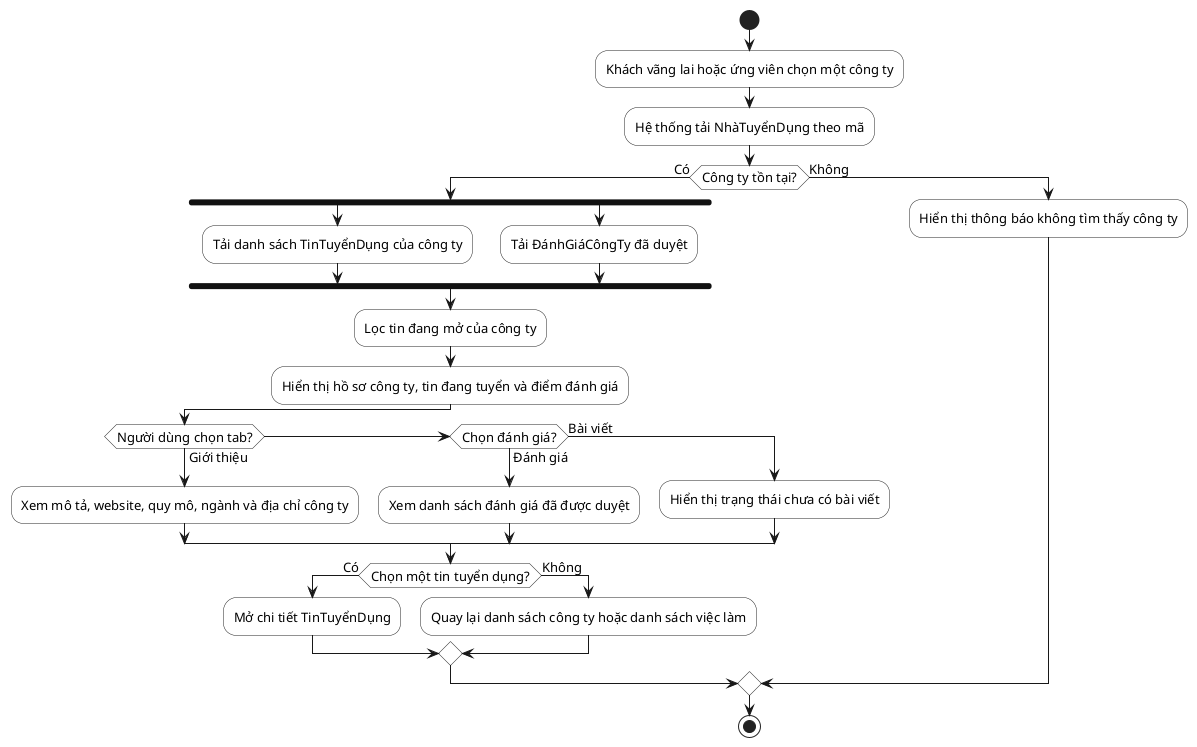
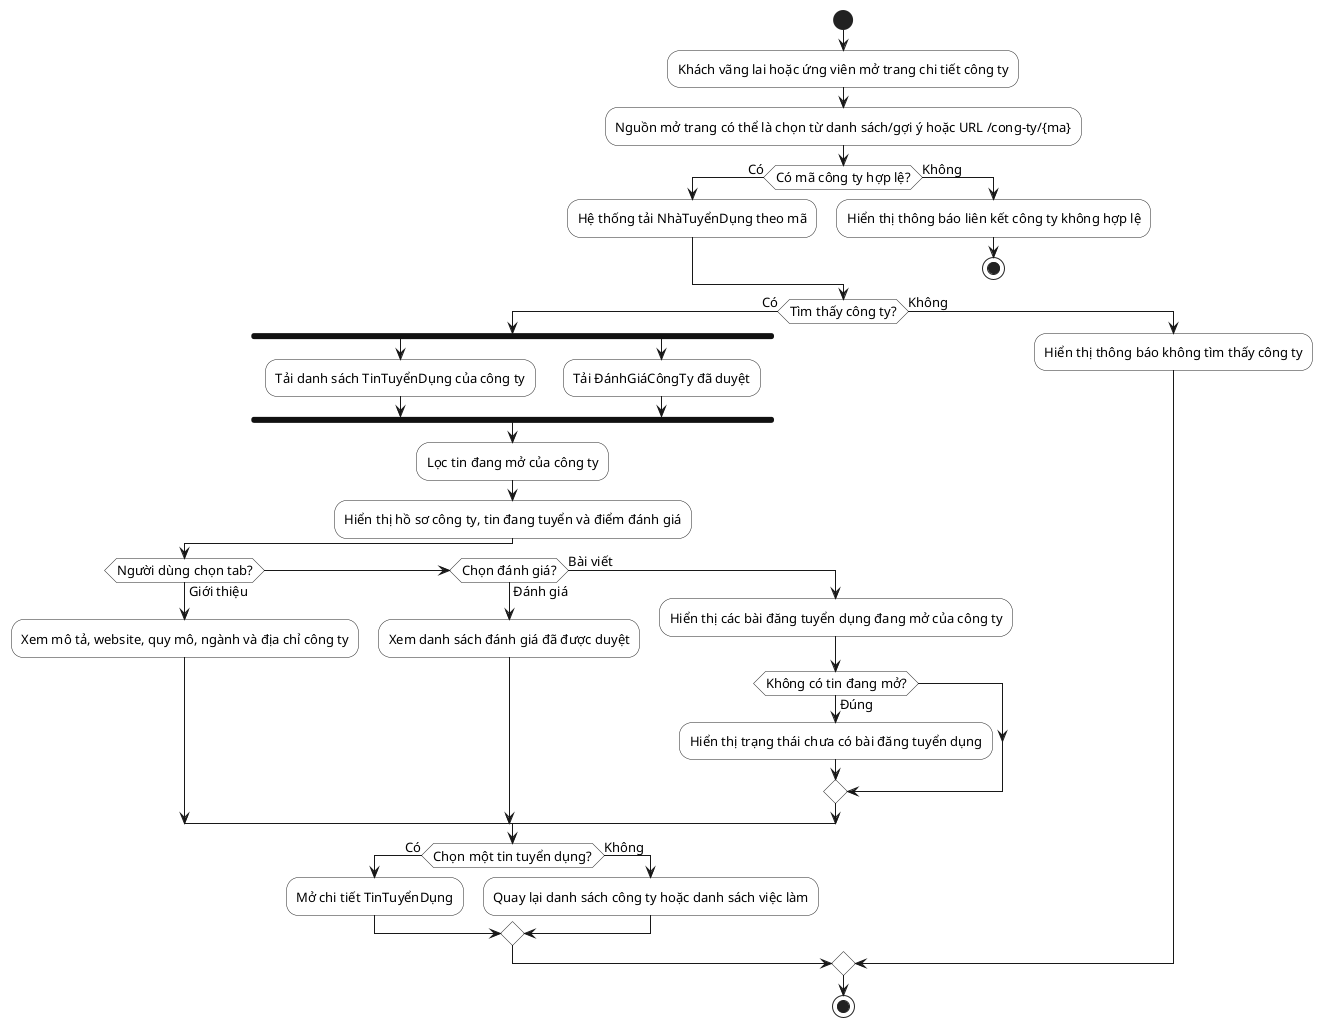
@startuml
skinparam defaultFontName "Segoe UI"
skinparam defaultFontSize 13
skinparam shadowing false
skinparam linetype ortho
skinparam activity {
  BackgroundColor White
  BorderColor #222222
  DiamondBackgroundColor White
  DiamondBorderColor #222222
  BarColor #111111
}
start
- :Khách vãng lai hoặc ứng viên chọn một công ty;
- :Hệ thống tải NhàTuyểnDụng theo mã;
- if (Công ty tồn tại?) then (Có)
+ :Khách vãng lai hoặc ứng viên mở trang chi tiết công ty;
+ :Nguồn mở trang có thể là chọn từ danh sách/gợi ý hoặc URL /cong-ty/{ma};
+ if (Có mã công ty hợp lệ?) then (Có)
+   :Hệ thống tải NhàTuyểnDụng theo mã;
+ else (Không)
+   :Hiển thị thông báo liên kết công ty không hợp lệ;
+   stop
+ endif
+ if (Tìm thấy công ty?) then (Có)
  fork
    :Tải danh sách TinTuyểnDụng của công ty;
  fork again
    :Tải ĐánhGiáCôngTy đã duyệt;
  end fork
  :Lọc tin đang mở của công ty;
  :Hiển thị hồ sơ công ty, tin đang tuyển và điểm đánh giá;
  if (Người dùng chọn tab?) then (Giới thiệu)
    :Xem mô tả, website, quy mô, ngành và địa chỉ công ty;
  elseif (Chọn đánh giá?) then (Đánh giá)
    :Xem danh sách đánh giá đã được duyệt;
  else (Bài viết)
-     :Hiển thị trạng thái chưa có bài viết;
+     :Hiển thị các bài đăng tuyển dụng đang mở của công ty;
+     if (Không có tin đang mở?) then (Đúng)
+       :Hiển thị trạng thái chưa có bài đăng tuyển dụng;
+     endif
  endif
  if (Chọn một tin tuyển dụng?) then (Có)
    :Mở chi tiết TinTuyểnDụng;
  else (Không)
    :Quay lại danh sách công ty hoặc danh sách việc làm;
  endif
else (Không)
  :Hiển thị thông báo không tìm thấy công ty;
+ 
endif
stop
@enduml
